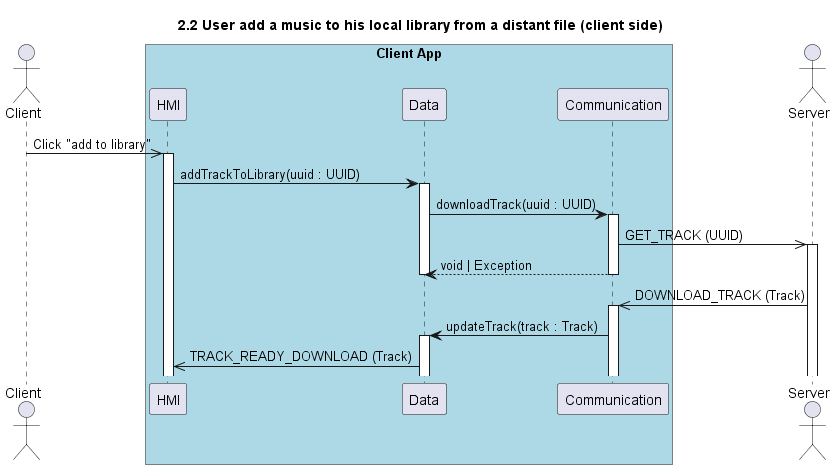
Above: website/images/sequence/2.2 User add a music to his local library from a distant file (client side).png in UTCAI12/Diagrams (PlantUML), before the change.
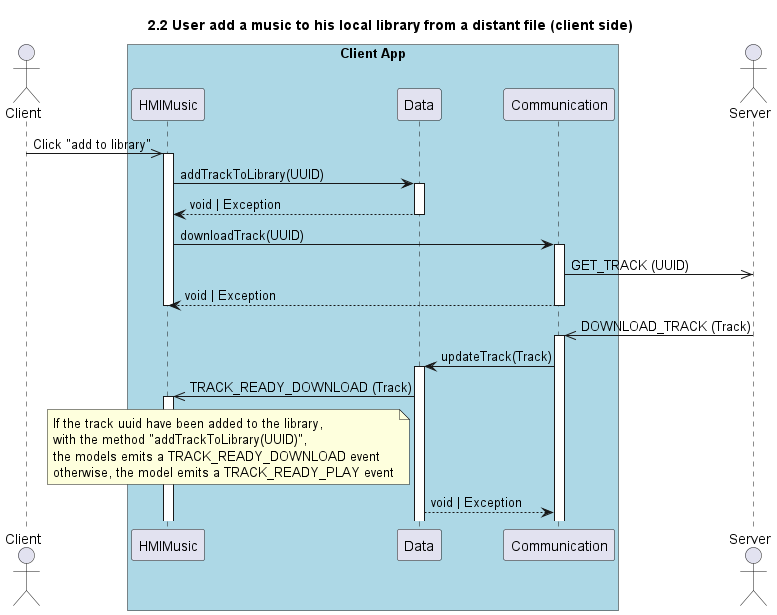
After the commit.

Change to the diagram source:
```diff
@@ -1,26 +1,33 @@
 @startuml 2.2 User add a music to his local library from a distant file (client side)
 title 2.2 User add a music to his local library from a distant file (client side)
 
-actor Client
+actor "Client" as client
 box "Client App" #LightBlue
-    participant HMI
-    participant Data
-    participant Communication
+    participant "HMIMusic" as hmi
+    participant "Data" as data
+    participant "Communication" as com
 end box
 
-actor Server
+actor "Server" as server
 
-Client ->> HMI++: Click "add to library"
+client ->> hmi++: Click "add to library"
 
-HMI -> Data++: addTrackToLibrary(uuid : UUID)
-Data -> Communication++: downloadTrack(uuid : UUID)
-Communication ->> Server++: GET_TRACK (UUID)
-Communication --> Data: void | Exception
-deactivate Data
-deactivate Communication
+hmi->data++: addTrackToLibrary(UUID)
+return void | Exception
+hmi -> com++: downloadTrack(UUID)
+com ->> server: GET_TRACK (UUID)
+return void | Exception
+deactivate hmi
 
-Server ->> Communication++: DOWNLOAD_TRACK (Track)
-Communication -> Data++: updateTrack(track : Track)
-Data->>HMI: TRACK_READY_DOWNLOAD (Track)
+server ->> com++: DOWNLOAD_TRACK (Track)
+com -> data++: updateTrack(Track)
+data->>hmi++: TRACK_READY_DOWNLOAD (Track)
+note left of data
+    If the track uuid have been added to the library,
+    with the method "addTrackToLibrary(UUID)",
+    the models emits a TRACK_READY_DOWNLOAD event
+    otherwise, the model emits a TRACK_READY_PLAY event
+endnote
+data-->com: void | Exception
 
 @enduml
```
